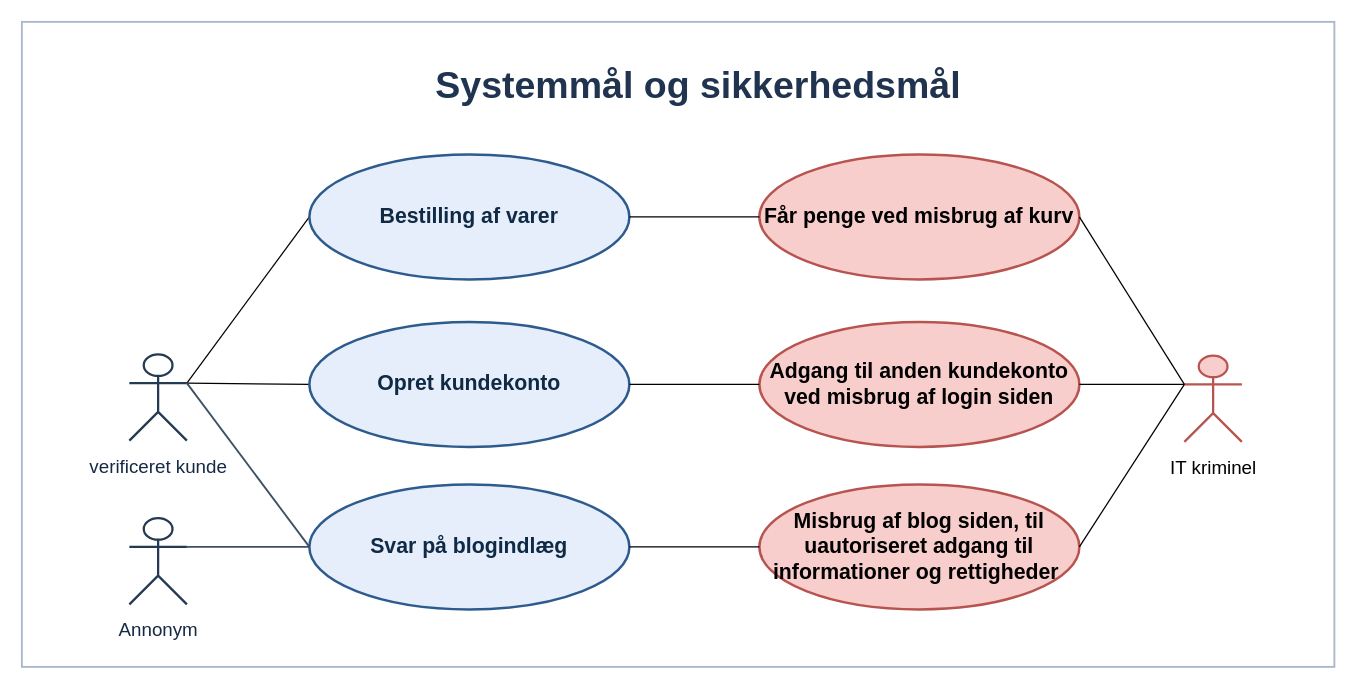
Before: dokumenter/Drawio/Systemmål og sikkerhedsmål .drawio in MagnusMadsen/Software_sikkerhed_eksamen, a draw.io diagram. Source tidied: cells renumbered, new cells numbered last; positions are measured from the earlier drawing's top-left corner, leaving out a move shared by most shapes. Both pictures are drawn from the tidied source at 125%, with x=0, y=0 at pixel (21, 21).
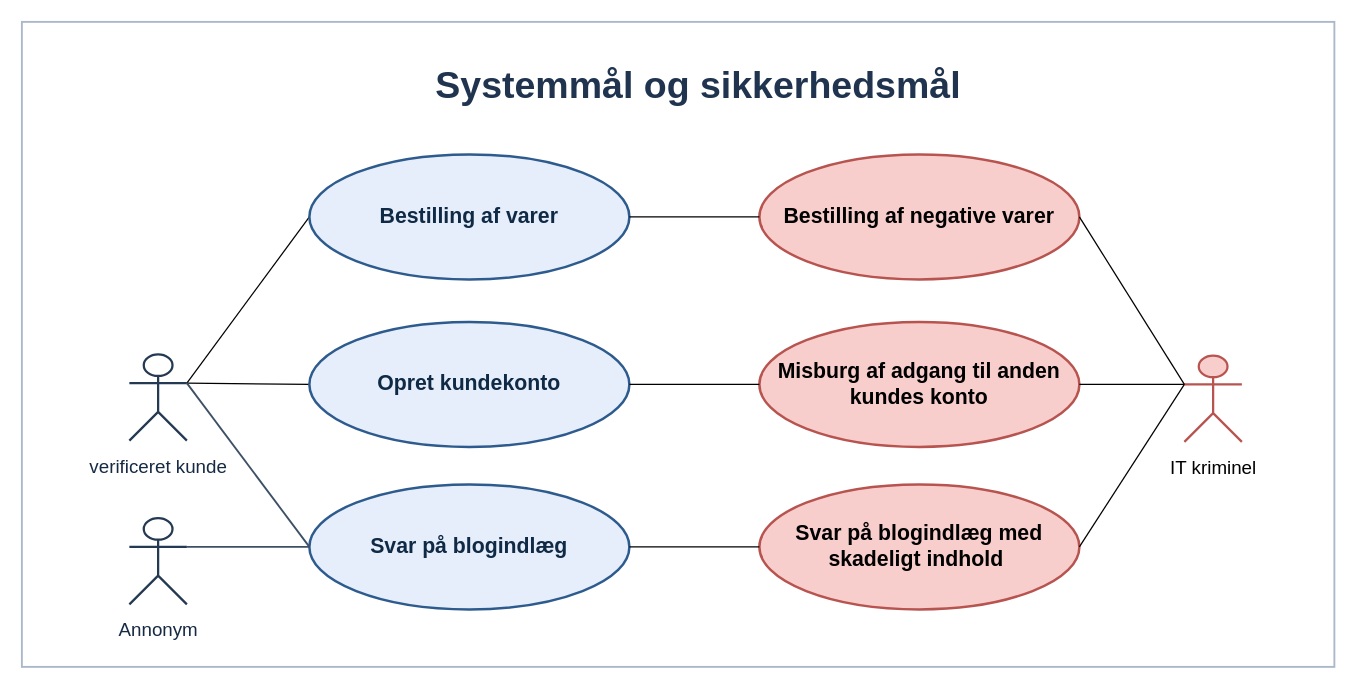
The same page after the edit.

Diff of the diagram source:
```diff
@@
-    <mxCell id="13" value="Misbrug af blog siden, til uautoriseret adgang til informationer og rettigheder&amp;nbsp;" style="ellipse;whiteSpace=wrap;html=1;fillColor=#f8cecc;strokeColor=#b85450;strokeWidth=2;fontStyle=1;fontSize=17;" parent="1" vertex="1">
+    <mxCell id="13" value="Svar på blogindlæg med skadeligt indhold&amp;nbsp;" style="ellipse;whiteSpace=wrap;html=1;fillColor=#f8cecc;strokeColor=#b85450;strokeWidth=2;fontStyle=1;fontSize=17;" parent="1" vertex="1">
       <mxGeometry x="590" y="370" width="256" height="100" as="geometry" />
     </mxCell>
-    <mxCell id="14" value="Får penge ved misbrug af kurv" style="ellipse;whiteSpace=wrap;html=1;fillColor=#f8cecc;strokeColor=#b85450;strokeWidth=2;fontStyle=1;fontSize=17;" parent="1" vertex="1">
+    <mxCell id="14" value="Bestilling af negative varer" style="ellipse;whiteSpace=wrap;html=1;fillColor=#f8cecc;strokeColor=#b85450;strokeWidth=2;fontStyle=1;fontSize=17;" parent="1" vertex="1">
       <mxGeometry x="590" y="106" width="256" height="100" as="geometry" />
     </mxCell>
-    <mxCell id="15" value="Adgang til anden kundekonto ved misbrug af login siden" style="ellipse;whiteSpace=wrap;html=1;fillColor=#f8cecc;strokeColor=#b85450;strokeWidth=2;fontStyle=1;fontSize=17;" parent="1" vertex="1">
+    <mxCell id="15" value="Misburg af adgang til anden kundes konto" style="ellipse;whiteSpace=wrap;html=1;fillColor=#f8cecc;strokeColor=#b85450;strokeWidth=2;fontStyle=1;fontSize=17;" parent="1" vertex="1">
       <mxGeometry x="590" y="240" width="256" height="100" as="geometry" />
     </mxCell>
```
